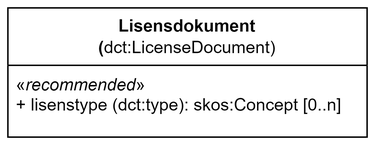
Before: docs/images/Klassen-Lisensdokument.png, a diagram exported from draw.io (Informasjonsforvaltning/dcat-ap-no). Source tidied: cells renumbered, new cells last; positions are measured from the earlier drawing's top-left corner, leaving out a move shared by most shapes. Source of this version:
```xml
<mxGraphModel>
  <root>
    <mxCell id="0" />
    <mxCell id="1" parent="0" />
    <mxCell id="2" value="&lt;span style=&quot;background-color: initial;&quot;&gt;Lisensdokument&lt;/span&gt;&lt;br&gt;&lt;div&gt;(&lt;span style=&quot;font-weight: 400;&quot;&gt;dct:LicenseDocument&lt;/span&gt;&lt;span style=&quot;font-weight: normal;&quot;&gt;)&lt;/span&gt;&lt;/div&gt;" style="swimlane;whiteSpace=wrap;html=1;startSize=40;" parent="1" vertex="1">
      <mxGeometry width="250" height="90" as="geometry" />
    </mxCell>
    <mxCell id="3" value="&lt;div&gt;«&lt;i&gt;recommended&lt;/i&gt;»&lt;/div&gt;&lt;div&gt;+ lisenstype (dct:type): skos:Concept [0..n]&lt;/div&gt;" style="text;strokeColor=none;fillColor=none;align=left;verticalAlign=top;spacingLeft=4;spacingRight=4;overflow=hidden;whiteSpace=wrap;html=1;" parent="2" vertex="1">
      <mxGeometry y="40" width="250" height="40" as="geometry" />
    </mxCell>
  </root>
</mxGraphModel>
```
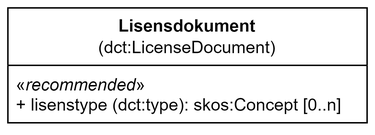
The same file after the commit.

Change to the diagram source:
```diff
@@ -2,8 +2,8 @@
   <root>
     <mxCell id="0" />
     <mxCell id="1" parent="0" />
-    <mxCell id="2" value="&lt;span style=&quot;background-color: initial;&quot;&gt;Lisensdokument&lt;/span&gt;&lt;br&gt;&lt;div&gt;(&lt;span style=&quot;font-weight: 400;&quot;&gt;dct:LicenseDocument&lt;/span&gt;&lt;span style=&quot;font-weight: normal;&quot;&gt;)&lt;/span&gt;&lt;/div&gt;" style="swimlane;whiteSpace=wrap;html=1;startSize=40;" parent="1" vertex="1">
-      <mxGeometry width="250" height="90" as="geometry" />
+    <mxCell id="2" value="&lt;span style=&quot;background-color: initial;&quot;&gt;Lisensdokument&lt;/span&gt;&lt;br&gt;&lt;div&gt;&lt;span style=&quot;font-weight: normal;&quot;&gt;(&lt;/span&gt;&lt;span style=&quot;font-weight: 400;&quot;&gt;dct:LicenseDocument&lt;/span&gt;&lt;span style=&quot;font-weight: normal;&quot;&gt;)&lt;/span&gt;&lt;/div&gt;" style="swimlane;whiteSpace=wrap;html=1;startSize=40;" parent="1" vertex="1">
+      <mxGeometry width="250" height="80" as="geometry" />
     </mxCell>
     <mxCell id="3" value="&lt;div&gt;«&lt;i&gt;recommended&lt;/i&gt;»&lt;/div&gt;&lt;div&gt;+ lisenstype (dct:type): skos:Concept [0..n]&lt;/div&gt;" style="text;strokeColor=none;fillColor=none;align=left;verticalAlign=top;spacingLeft=4;spacingRight=4;overflow=hidden;whiteSpace=wrap;html=1;" parent="2" vertex="1">
       <mxGeometry y="40" width="250" height="40" as="geometry" />
```
